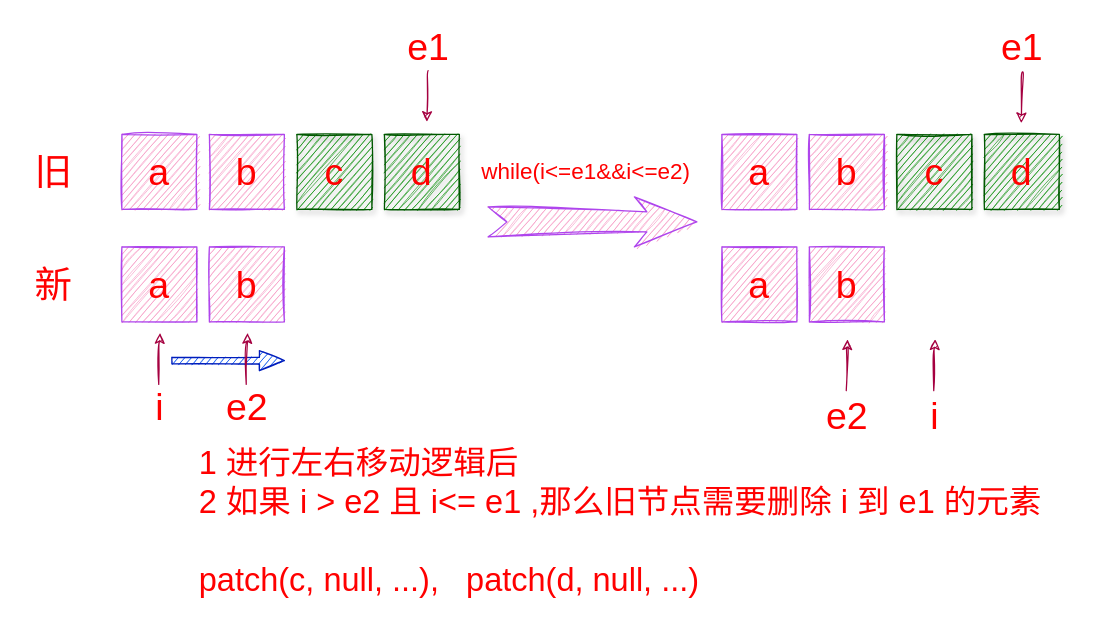
Above: page "删除" (4 of 6) of vue/diff1.drawio in fengjinlong/drawio (draw.io), before the change. Source tidied: cells renumbered, new cells numbered last; positions are measured from the earlier drawing's top-left corner, leaving out a move shared by most shapes. Both pictures are drawn from the tidied source at 125%, with x=0, y=0 at pixel (21, 21).
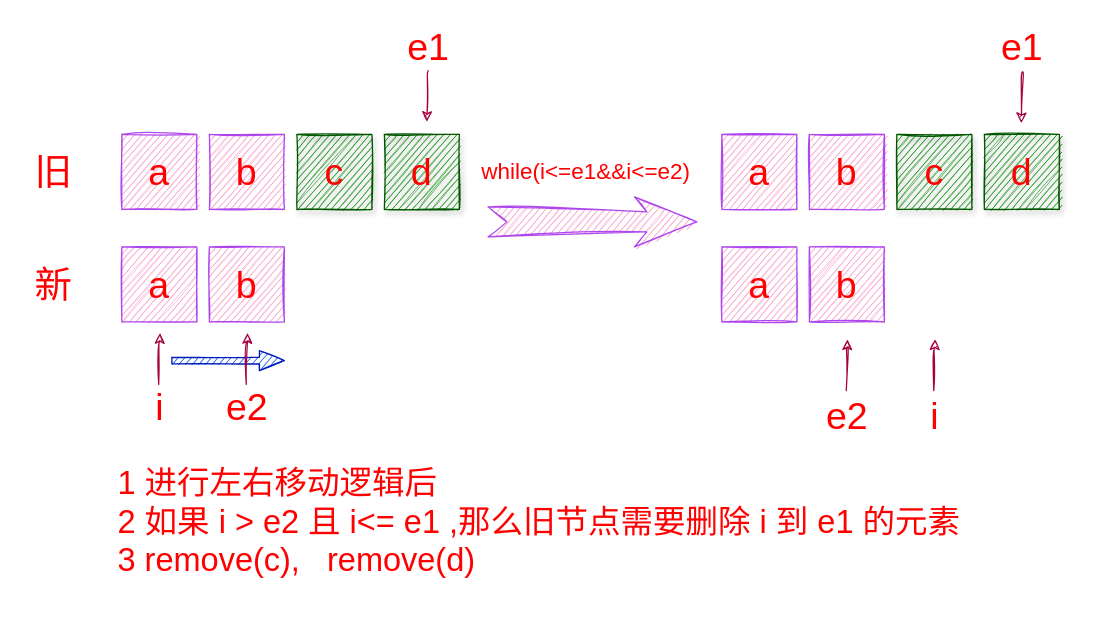
Above is the later version.

Change to the diagram source:
```diff
@@
-    <mxCell id="26" value="1 进行左右移动逻辑后&lt;br&gt;2 如果 i &amp;gt; e2 且 i&amp;lt;= e1 ,那么旧节点需要删除 i 到 e1 的元素&amp;nbsp;&lt;br&gt;&lt;br style=&quot;font-size: 26px&quot;&gt;patch(c, null, ...),&amp;nbsp; &amp;nbsp;patch(d, null, ...)" style="text;html=1;align=left;verticalAlign=middle;strokeColor=none;fillColor=none;fontSize=26;fontColor=#FF0000;" parent="1" vertex="1">
-      <mxGeometry x="140" y="335" width="700" height="130" as="geometry" />
+    <mxCell id="26" value="1 进行左右移动逻辑后&lt;br&gt;2 如果 i &amp;gt; e2 且 i&amp;lt;= e1 ,那么旧节点需要删除 i 到 e1 的元素&amp;nbsp;&lt;br&gt;3 remove(c),&amp;nbsp; &amp;nbsp;remove(d)" style="text;html=1;align=left;verticalAlign=middle;strokeColor=none;fillColor=none;fontSize=26;fontColor=#FF0000;spacingTop=0;spacing=2;labelBackgroundColor=none;" parent="1" vertex="1">
+      <mxGeometry x="75" y="350" width="700" height="100" as="geometry" />
     </mxCell>
```
